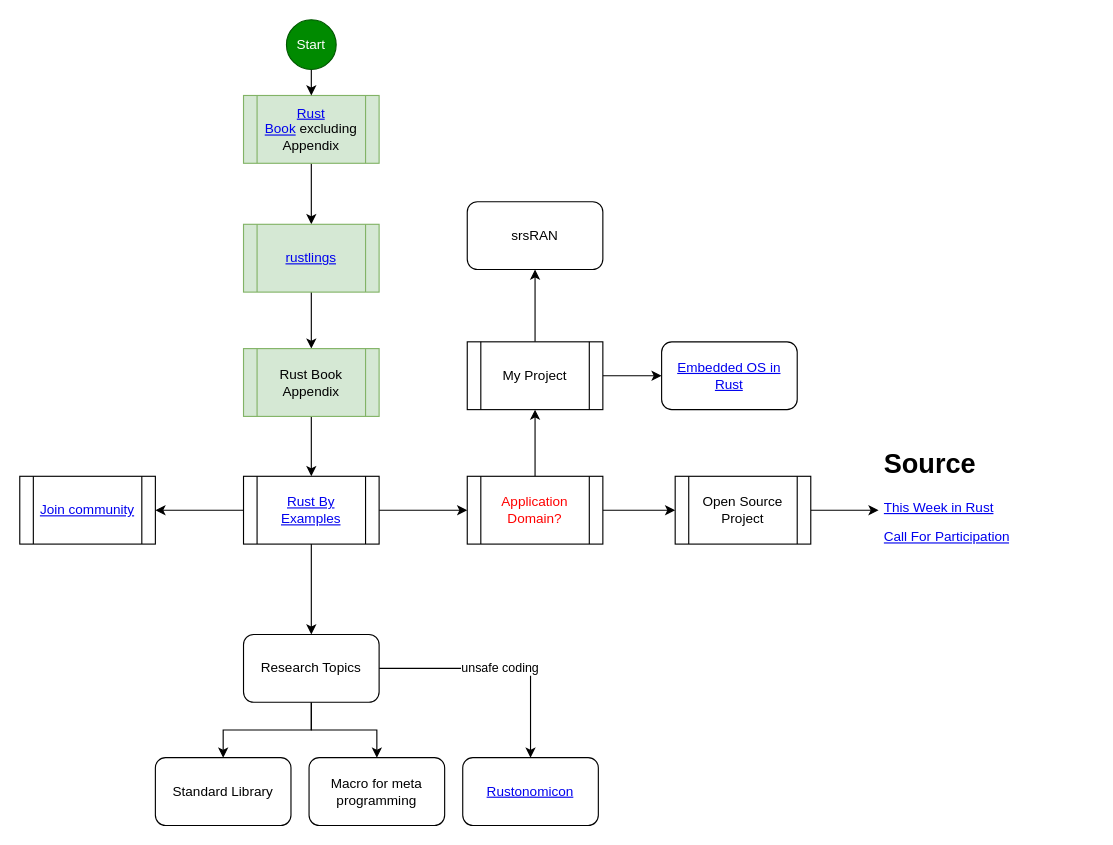
This is learning_roadmap.drawio from gftea/rust_lang_notes, a draw.io file, before an edit. Source tidied: cells renumbered, new cells numbered last; positions are measured from the earlier drawing's top-left corner, leaving out a move shared by most shapes. Both pictures are drawn from the tidied source at 113%, with x=0, y=0 at pixel (19, 19).
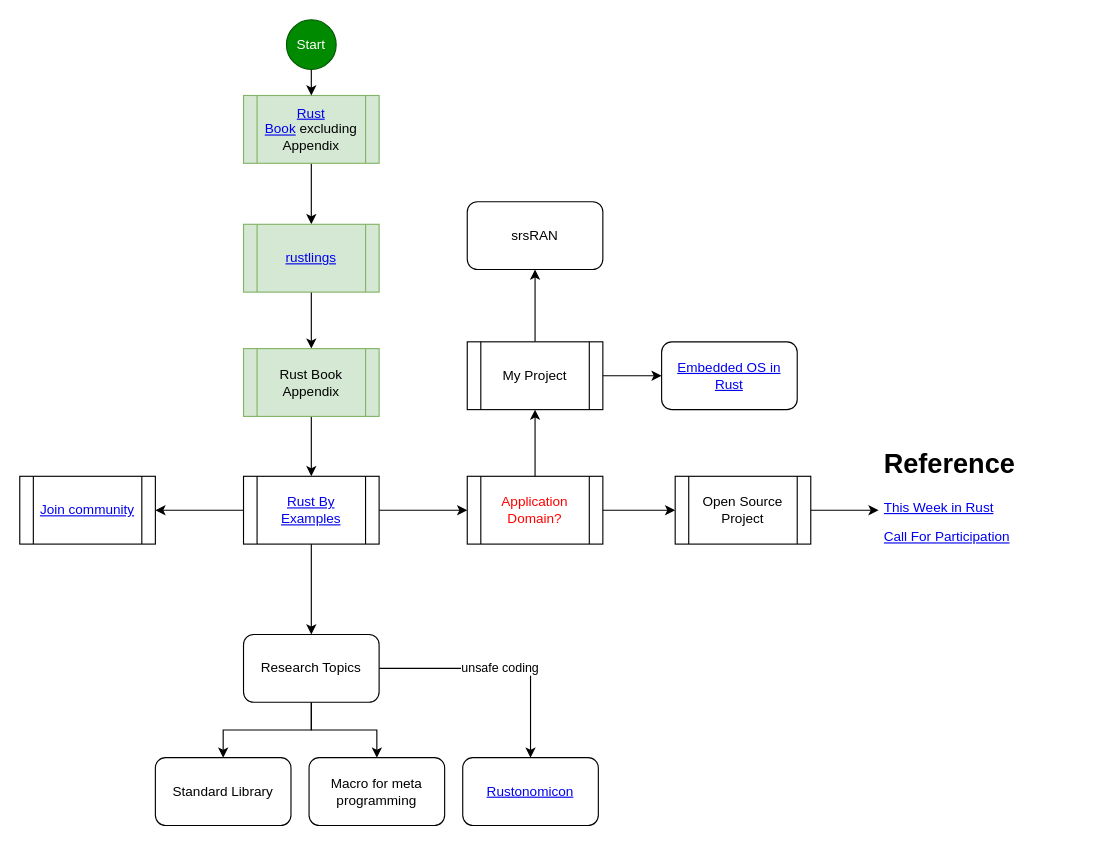
The same page after the edit.

Change to the diagram source:
```diff
@@
-    <mxCell id="30" value="&lt;h1&gt;Source&lt;/h1&gt;&lt;p&gt;&lt;a href=&quot;https://this-week-in-rust.org/&quot;&gt;This Week in Rust&lt;/a&gt;&lt;/p&gt;&lt;p&gt;&lt;a href=&quot;https://users.rust-lang.org/t/twir-call-for-participation/4821&quot;&gt;Call For Participation&lt;/a&gt;&lt;/p&gt;" style="text;html=1;strokeColor=none;fillColor=none;spacing=5;spacingTop=-20;whiteSpace=wrap;overflow=hidden;rounded=0;" parent="1" vertex="1">
+    <mxCell id="30" value="&lt;h1&gt;Reference&lt;/h1&gt;&lt;p&gt;&lt;a href=&quot;https://this-week-in-rust.org/&quot;&gt;This Week in Rust&lt;/a&gt;&lt;/p&gt;&lt;p&gt;&lt;a href=&quot;https://users.rust-lang.org/t/twir-call-for-participation/4821&quot;&gt;Call For Participation&lt;/a&gt;&lt;/p&gt;" style="text;html=1;strokeColor=none;fillColor=none;spacing=5;spacingTop=-20;whiteSpace=wrap;overflow=hidden;rounded=0;" parent="1" vertex="1">
       <mxGeometry x="760" y="374" width="190" height="120" as="geometry" />
     </mxCell>
```
